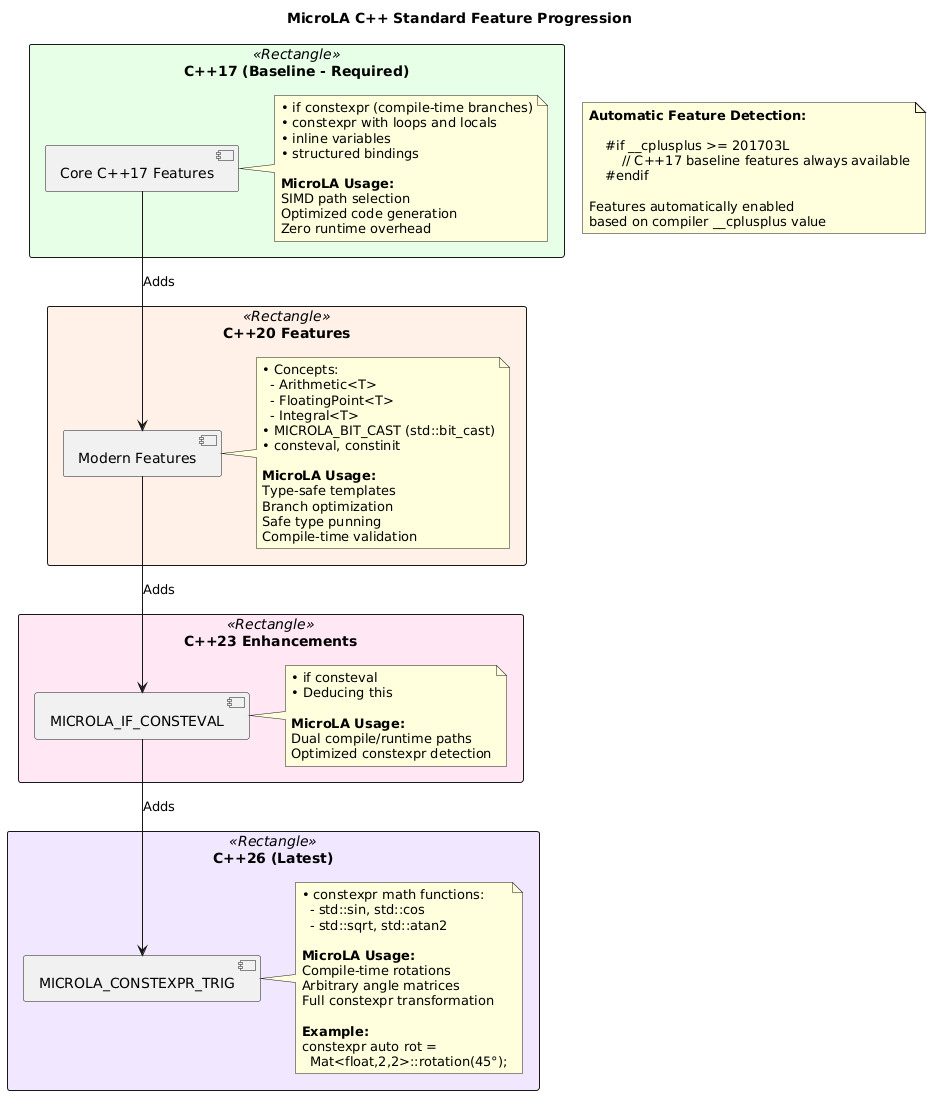
Earlier version of the PlantUML export design/diagrams/cpp_standard_features.png (jwbmwv/microLA). Its diagram source:
```plantuml
@startuml
title MicroLA C++ Standard Feature Progression

skinparam packageStyle rectangle

package "C++17 (Baseline - Required)" <<Rectangle>> #E6FFE6 {
    component "Core C++17 Features" as cpp17
    note right of cpp17
        • if constexpr (compile-time branches)
        • constexpr with loops and locals
        • inline variables
        • structured bindings

        **MicroLA Usage:**
        SIMD path selection
        Optimized code generation
        Zero runtime overhead
    end note
}

package "C++20 Features" <<Rectangle>> #FFF0E6 {
    component "Modern Features" as cpp20
    note right of cpp20
        • Concepts:
          - Arithmetic<T>
          - FloatingPoint<T>
          - Integral<T>
        • MICROLA_BIT_CAST (std::bit_cast)
        • consteval, constinit

        **MicroLA Usage:**
        Type-safe templates
        Branch optimization
        Safe type punning
        Compile-time validation
    end note
}

package "C++23 Enhancements" <<Rectangle>> #FFE6F3 {
    component "MICROLA_IF_CONSTEVAL" as cpp23
    note right of cpp23
        • if consteval
        • Deducing this

        **MicroLA Usage:**
        Dual compile/runtime paths
        Optimized constexpr detection
    end note
}

package "C++26 (Latest)" <<Rectangle>> #F0E6FF {
    component "MICROLA_CONSTEXPR_TRIG" as cpp26
    note right of cpp26
        • constexpr math functions:
          - std::sin, std::cos
          - std::sqrt, std::atan2

        **MicroLA Usage:**
        Compile-time rotations
        Arbitrary angle matrices
        Full constexpr transformation

        **Example:**
        constexpr auto rot =
          Mat<float,2,2>::rotation(45°);
    end note
}

cpp17 -down-> cpp20 : Adds
cpp20 -down-> cpp23 : Adds
cpp23 -down-> cpp26 : Adds

note as FeatureDetection
    **Automatic Feature Detection:**

        #if __cplusplus >= 201703L
            // C++17 baseline features always available
        #endif

    Features automatically enabled
    based on compiler __cplusplus value
end note

@enduml
```
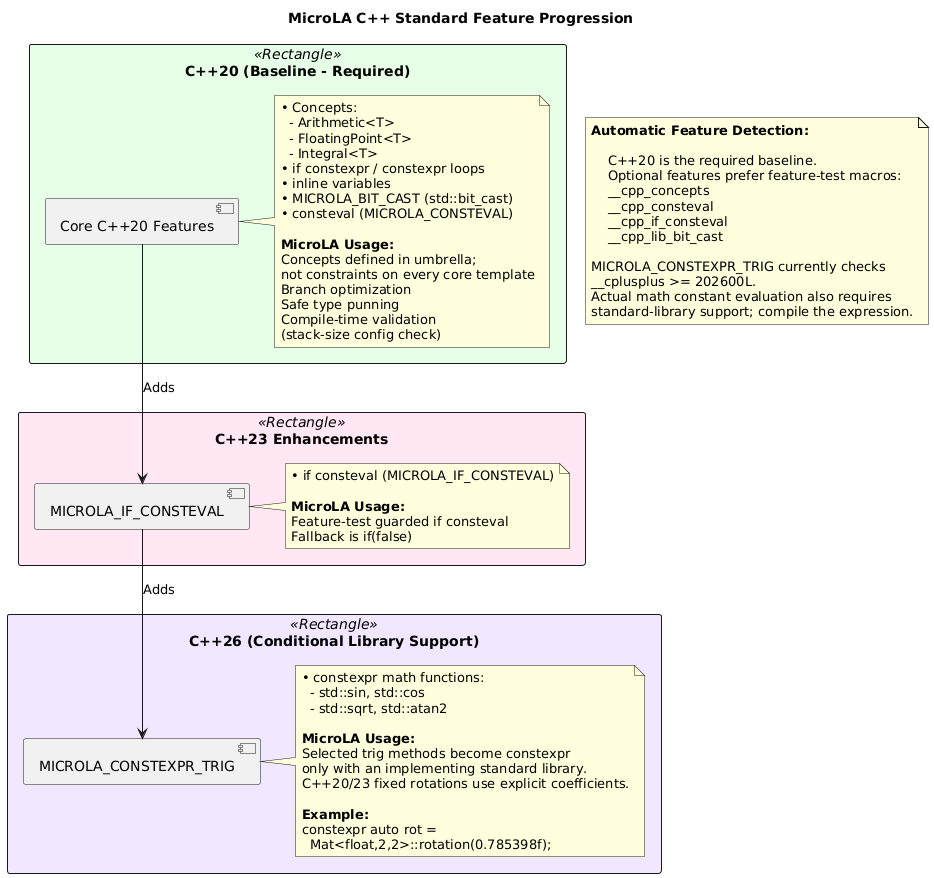
After the commit.

Diff of the diagram source:
```diff
@@ -1,54 +1,42 @@
-@startuml
+@startuml cpp_standard_features
 title MicroLA C++ Standard Feature Progression
 
 skinparam packageStyle rectangle
 
-package "C++17 (Baseline - Required)" <<Rectangle>> #E6FFE6 {
-    component "Core C++17 Features" as cpp17
-    note right of cpp17
-        • if constexpr (compile-time branches)
-        • constexpr with loops and locals
-        • inline variables
-        • structured bindings
-
-        **MicroLA Usage:**
-        SIMD path selection
-        Optimized code generation
-        Zero runtime overhead
-    end note
-}
-
-package "C++20 Features" <<Rectangle>> #FFF0E6 {
-    component "Modern Features" as cpp20
+package "C++20 (Baseline - Required)" <<Rectangle>> #E6FFE6 {
+    component "Core C++20 Features" as cpp20
     note right of cpp20
         • Concepts:
           - Arithmetic<T>
           - FloatingPoint<T>
           - Integral<T>
+        • if constexpr / constexpr loops
+        • inline variables
         • MICROLA_BIT_CAST (std::bit_cast)
-        • consteval, constinit
+        • consteval (MICROLA_CONSTEVAL)
 
         **MicroLA Usage:**
-        Type-safe templates
+        Concepts defined in umbrella;
+        not constraints on every core template
         Branch optimization
         Safe type punning
         Compile-time validation
+        (stack-size config check)
     end note
 }
 
 package "C++23 Enhancements" <<Rectangle>> #FFE6F3 {
     component "MICROLA_IF_CONSTEVAL" as cpp23
     note right of cpp23
-        • if consteval
-        • Deducing this
+        • if consteval (MICROLA_IF_CONSTEVAL)
 
         **MicroLA Usage:**
-        Dual compile/runtime paths
-        Optimized constexpr detection
+        Feature-test guarded if consteval
+        Fallback is if(false)
     end note
 }
 
-package "C++26 (Latest)" <<Rectangle>> #F0E6FF {
+package "C++26 (Conditional Library Support)" <<Rectangle>> #F0E6FF {
     component "MICROLA_CONSTEXPR_TRIG" as cpp26
     note right of cpp26
         • constexpr math functions:
@@ -56,29 +44,33 @@
           - std::sqrt, std::atan2
 
         **MicroLA Usage:**
-        Compile-time rotations
-        Arbitrary angle matrices
-        Full constexpr transformation
+        Selected trig methods become constexpr
+        only with an implementing standard library.
+        C++20/23 fixed rotations use explicit coefficients.
 
         **Example:**
         constexpr auto rot =
-          Mat<float,2,2>::rotation(45°);
+          Mat<float,2,2>::rotation(0.785398f);
     end note
 }
 
-cpp17 -down-> cpp20 : Adds
 cpp20 -down-> cpp23 : Adds
 cpp23 -down-> cpp26 : Adds
 
 note as FeatureDetection
     **Automatic Feature Detection:**
 
-        #if __cplusplus >= 201703L
-            // C++17 baseline features always available
-        #endif
+        C++20 is the required baseline.
+        Optional features prefer feature-test macros:
+        __cpp_concepts
+        __cpp_consteval
+        __cpp_if_consteval
+        __cpp_lib_bit_cast
 
-    Features automatically enabled
-    based on compiler __cplusplus value
+    MICROLA_CONSTEXPR_TRIG currently checks
+    __cplusplus >= 202600L.
+    Actual math constant evaluation also requires
+    standard-library support; compile the expression.
 end note
 
 @enduml
```
